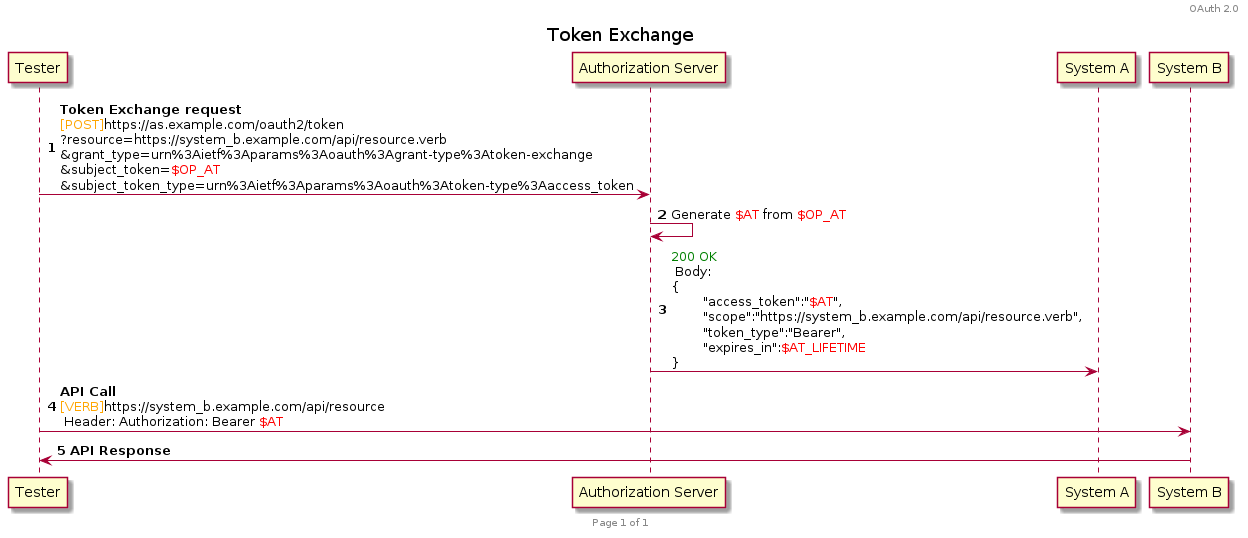
HenriLefevrePro/Articles keeps this PlantUML diagram as plantuml/oauth2/token_exchange_system_impersonation.png. Above is the earlier version.
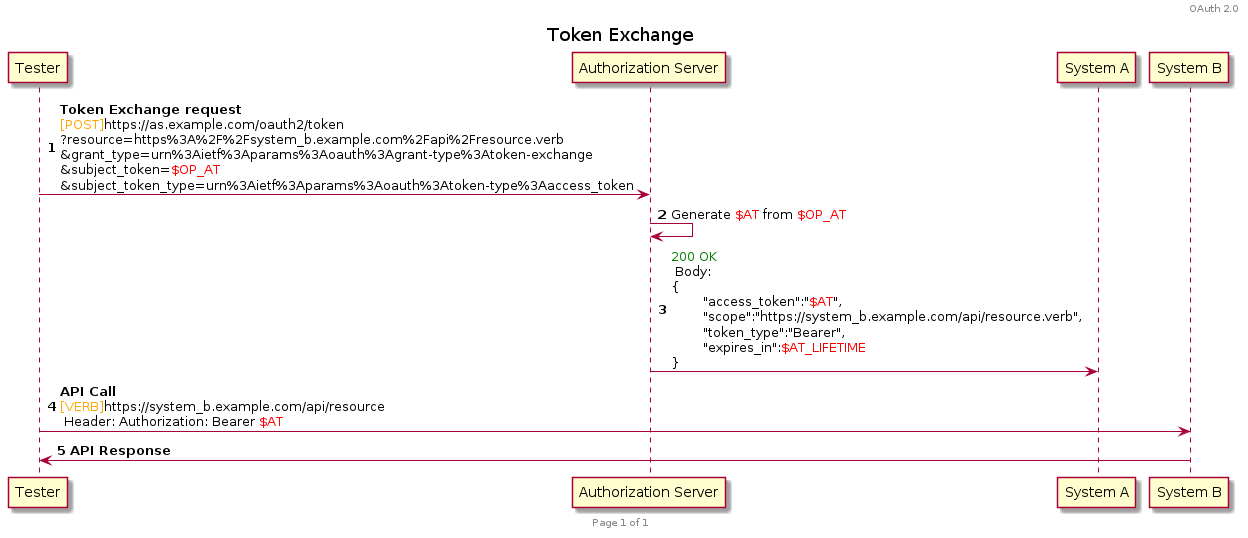
After the change.

Commit message:
[GitHub Actions] Generate PNG images for PlantUML diagrams

Change to the diagram source:
```diff
@@ -11,7 +11,7 @@
 participant A as "System A"
 participant B as "System B"
 
-T -> Auth : **Token Exchange request**\n<font color=orange>[POST]</font>https://as.example.com/oauth2/token\n?resource=https://system_b.example.com/api/resource.verb\n&grant_type=urn%3Aietf%3Aparams%3Aoauth%3Agrant-type%3Atoken-exchange\n&subject_token=<font color=red>$OP_AT</font>\n&subject_token_type=urn%3Aietf%3Aparams%3Aoauth%3Atoken-type%3Aaccess_token
+T -> Auth : **Token Exchange request**\n<font color=orange>[POST]</font>https://as.example.com/oauth2/token\n?resource=https%3A%2F%2Fsystem_b.example.com%2Fapi%2Fresource.verb\n&grant_type=urn%3Aietf%3Aparams%3Aoauth%3Agrant-type%3Atoken-exchange\n&subject_token=<font color=red>$OP_AT</font>\n&subject_token_type=urn%3Aietf%3Aparams%3Aoauth%3Atoken-type%3Aaccess_token
 Auth -> Auth : Generate <font color=red>$AT</font> from <font color=red>$OP_AT</font>
 Auth -> A : <font color=green>200 OK</font> \n Body: \n{\n\t"access_token":"<font color=red>$AT</font>",\n\t"scope":"https://system_b.example.com/api/resource.verb",\n\t"token_type":"Bearer",\n\t"expires_in":<font color=red>$AT_LIFETIME</font>\n}
 
```
